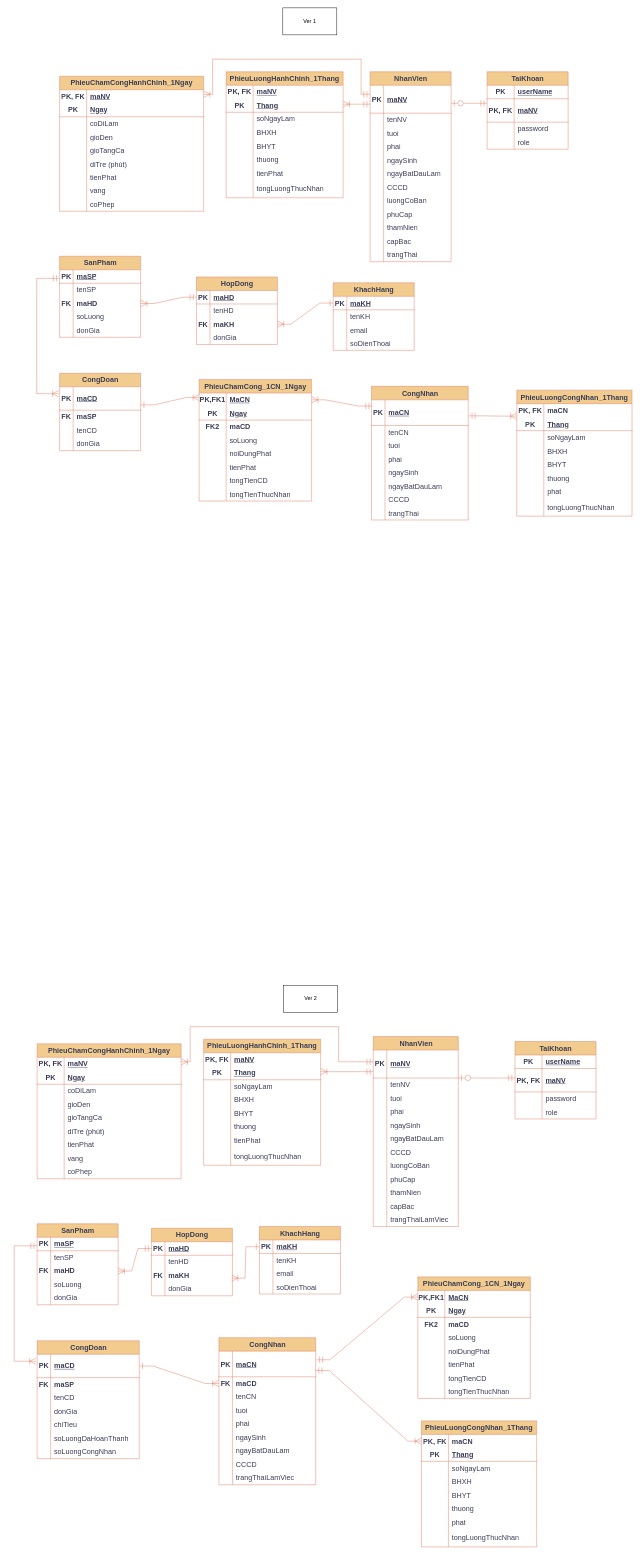
TomTom2k/-management-of-a-ceramic-processing-company keeps this draw.io diagram as EntityRelationshipDiagram.drawio. Above is the earlier version. Source tidied: cells renumbered, new cells numbered last; positions are measured from the earlier drawing's top-left corner, leaving out a move shared by most shapes. Both pictures are drawn from the tidied source at 45%, with x=0, y=0 at pixel (14, 8).
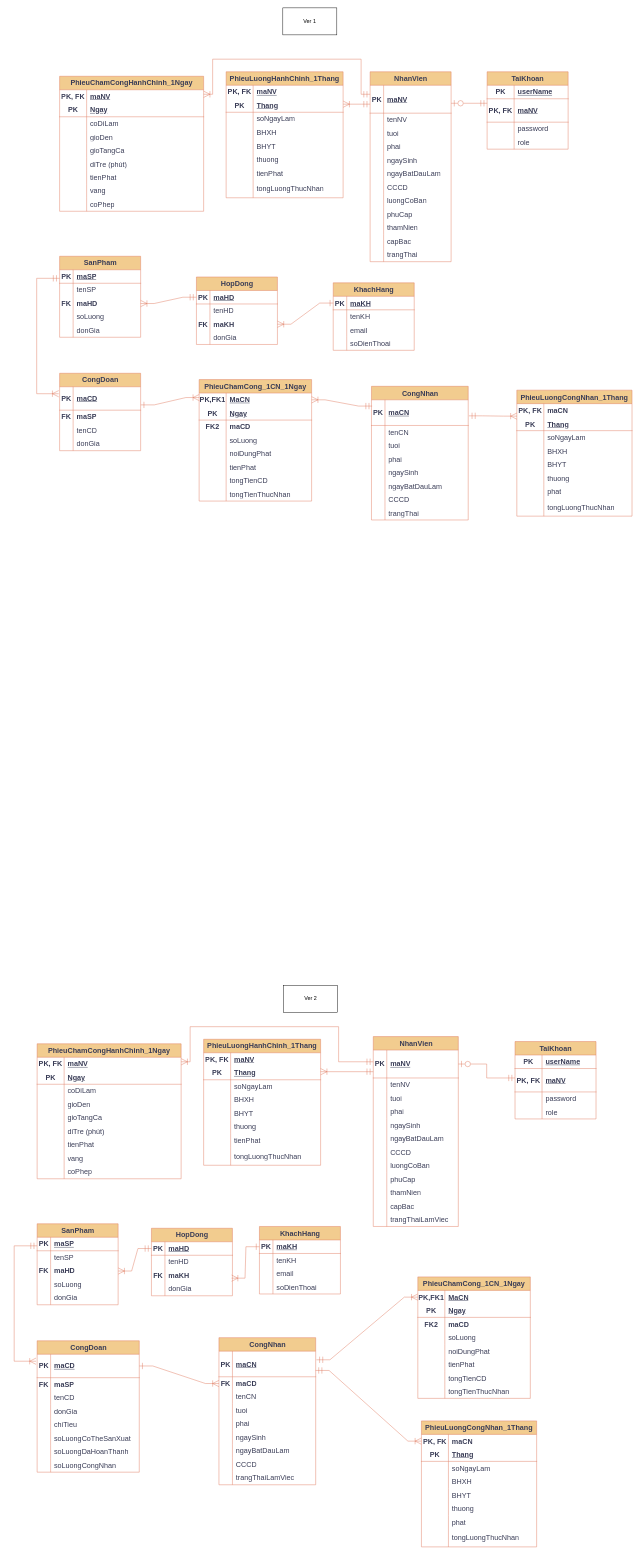
The same page after the edit.

Unchanged cells that the change refers to:
```xml
<mxCell id="362" style="shape=tableRow;horizontal=0;startSize=0;swimlaneHead=0;swimlaneBody=0;fillColor=none;points=[[0,0.5],[1,0.5]];portConstraint=eastwest;top=0;left=0;right=0;bottom=1;labelBackgroundColor=none;strokeColor=#E07A5F;fontColor=#393C56;fontSize=16;" parent="361" vertex="1">
  <mxGeometry y="30" width="189" height="62" as="geometry" />
</mxCell>
<mxCell id="477" value="TaiKhoan" style="shape=table;startSize=30;childLayout=tableLayout;rowLines=0;fontStyle=1;align=center;html=1;labelBackgroundColor=none;fillColor=#F2CC8F;strokeColor=#E07A5F;fontColor=#393C56;fontSize=16;" parent="1" vertex="1">
  <mxGeometry x="1113" y="2297" width="180" height="172" as="geometry" />
</mxCell>
```

Diff of the diagram source:
```diff
@@
     <mxCell id="314" value="CongDoan" style="shape=table;startSize=30;childLayout=tableLayout;rowLines=0;fontStyle=1;align=center;html=1;labelBackgroundColor=none;fillColor=#F2CC8F;strokeColor=#E07A5F;fontColor=#393C56;fontSize=16;" parent="1" vertex="1">
-      <mxGeometry x="51" y="2962" width="227" height="262" as="geometry" />
+      <mxGeometry x="51" y="2962" width="227" height="292" as="geometry" />
     </mxCell>
@@
+    <mxCell id="500" style="shape=tableRow;horizontal=0;startSize=0;swimlaneHead=0;swimlaneBody=0;fillColor=none;top=0;left=0;right=0;bottom=0;labelBackgroundColor=none;strokeColor=#E07A5F;fontColor=#393C56;fontSize=16;" parent="314" vertex="1">
+      <mxGeometry y="202" width="227" height="30" as="geometry" />
+    </mxCell>
+    <mxCell id="501" style="shape=partialRectangle;fillColor=none;top=0;left=0;bottom=0;right=0;overflow=hidden;whiteSpace=wrap;html=1;labelBackgroundColor=none;strokeColor=#E07A5F;fontColor=#393C56;fontSize=16;" parent="500" vertex="1">
+      <mxGeometry width="30" height="30" as="geometry" />
+    </mxCell>
+    <mxCell id="502" value="soLuongCoTheSanXuat" style="shape=partialRectangle;fillColor=none;top=0;left=0;bottom=0;right=0;align=left;spacingLeft=6;overflow=hidden;whiteSpace=wrap;html=1;labelBackgroundColor=none;strokeColor=#E07A5F;fontColor=#393C56;fontSize=16;" parent="500" vertex="1">
+      <mxGeometry x="30" width="197" height="30" as="geometry" />
+    </mxCell>
     <mxCell id="330" style="shape=tableRow;horizontal=0;startSize=0;swimlaneHead=0;swimlaneBody=0;fillColor=none;top=0;left=0;right=0;bottom=0;labelBackgroundColor=none;strokeColor=#E07A5F;fontColor=#393C56;fontSize=16;" parent="314" vertex="1">
-      <mxGeometry y="202" width="227" height="30" as="geometry" />
+      <mxGeometry y="232" width="227" height="30" as="geometry" />
     </mxCell>
@@
     <mxCell id="333" style="shape=tableRow;horizontal=0;startSize=0;swimlaneHead=0;swimlaneBody=0;fillColor=none;top=0;left=0;right=0;bottom=0;labelBackgroundColor=none;strokeColor=#E07A5F;fontColor=#393C56;fontSize=16;" parent="314" vertex="1">
-      <mxGeometry y="232" width="227" height="30" as="geometry" />
+      <mxGeometry y="262" width="227" height="30" as="geometry" />
     </mxCell>
@@
     <mxCell id="476" style="edgeStyle=orthogonalEdgeStyle;rounded=0;jettySize=auto;html=1;startArrow=ERmandOne;startFill=0;endArrow=ERzeroToOne;endFill=0;labelBackgroundColor=none;fontColor=default;strokeColor=#E07A5F;fontSize=16;endSize=12;startSize=12;" parent="1" edge="1" source="477" target="362">
       <mxGeometry relative="1" as="geometry">
         <Array as="points">
-          <mxPoint x="981" y="2362" />
-          <mxPoint x="981" y="2362" />
+          <mxPoint x="1050" y="2378" />
+          <mxPoint x="1050" y="2347" />
         </Array>
       </mxGeometry>
     </mxCell>
```
